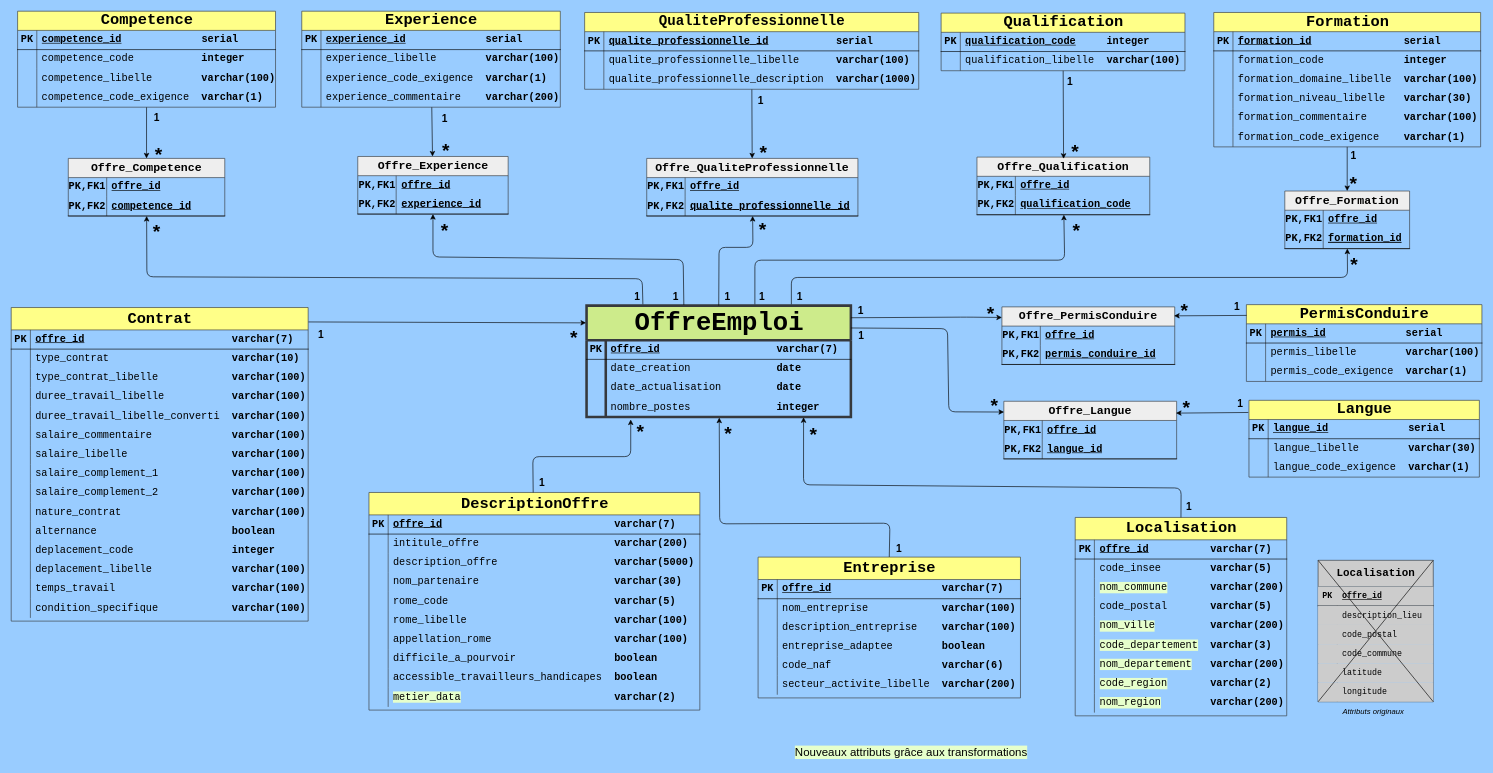
vimchun/Job-Market-in-France keeps this draw.io diagram as load_sql/UML.drawio. Above is the earlier version. Source tidied: cells renumbered, new cells numbered last; positions are measured from the earlier drawing's top-left corner, leaving out a move shared by most shapes. Both pictures are drawn from the tidied source at 64%, with x=0, y=0 at pixel (11, 11).
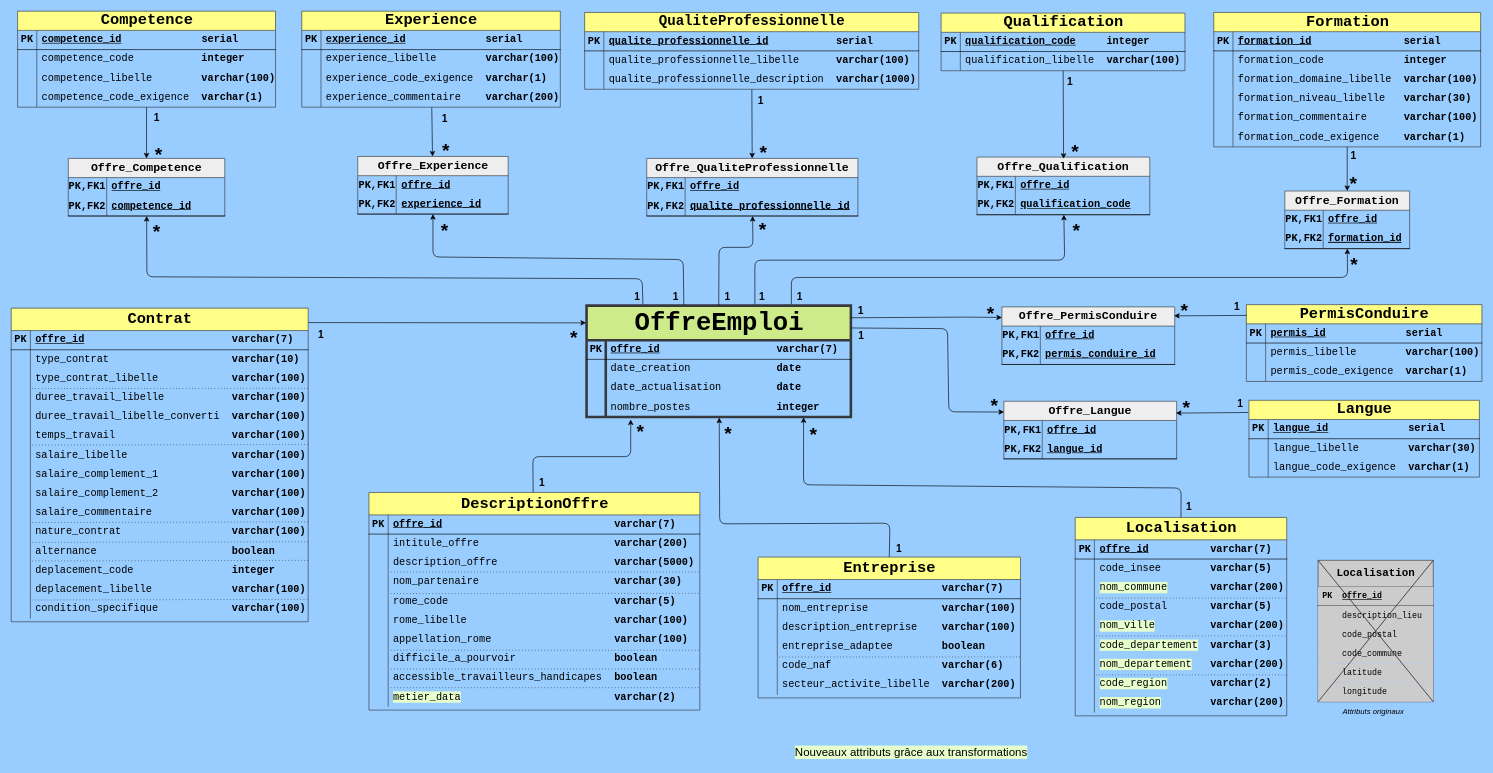
The same page after the edit.

The change refers to these unchanged cells:
```xml
<mxCell id="22" style="shape=tableRow;horizontal=0;startSize=0;swimlaneHead=0;swimlaneBody=0;fillColor=none;points=[[0,0.5],[1,0.5]];portConstraint=eastwest;top=0;left=0;right=0;bottom=0;rounded=0;fontFamily=Courier New;fontSize=16;strokeColor=#000000;" parent="15" vertex="1">
  <mxGeometry y="95" width="464" height="30" as="geometry" />
</mxCell>
<mxCell id="25" style="shape=tableRow;horizontal=0;startSize=0;swimlaneHead=0;swimlaneBody=0;fillColor=none;points=[[0,0.5],[1,0.5]];portConstraint=eastwest;top=0;left=0;right=0;bottom=0;rounded=0;fontFamily=Courier New;fontSize=16;strokeColor=#000000;" parent="15" vertex="1">
  <mxGeometry y="125" width="464" height="30" as="geometry" />
</mxCell>
```

Change to the diagram source:
```diff
@@
     <mxCell id="15" value="&lt;span style=&quot;font-size: 24px;&quot;&gt;Contrat&lt;/span&gt;" style="shape=table;startSize=35;childLayout=tableLayout;rowLines=0;fontStyle=1;align=center;html=1;fillColor=#ffff88;strokeColor=#36393d;rounded=0;fontFamily=Courier New;fontSize=16;" parent="1" vertex="1">
-      <mxGeometry y="463" width="464" height="490" as="geometry" />
+      <mxGeometry y="464" width="464" height="490" as="geometry" />
     </mxCell>
@@
-    <mxCell id="31" style="shape=tableRow;horizontal=0;startSize=0;swimlaneHead=0;swimlaneBody=0;fillColor=none;top=0;left=0;right=0;bottom=0;rounded=0;fontFamily=Courier New;fontSize=16;strokeColor=#000000;" parent="15" vertex="1">
-      <mxGeometry y="185" width="464" height="30" as="geometry" />
-    </mxCell>
-    <mxCell id="32" style="shape=partialRectangle;fillColor=none;top=0;left=0;bottom=0;right=0;overflow=hidden;whiteSpace=wrap;html=1;rounded=0;fontFamily=Courier New;fontSize=16;strokeColor=#000000;" parent="31" vertex="1">
-      <mxGeometry width="30" height="30" as="geometry" />
-    </mxCell>
-    <mxCell id="33" value="salaire_commentaire&amp;nbsp; &amp;nbsp; &amp;nbsp; &amp;nbsp; &amp;nbsp; &amp;nbsp; &amp;nbsp;&lt;b&gt;varchar(&lt;/b&gt;&lt;b&gt;100)&lt;/b&gt;" style="shape=partialRectangle;fillColor=none;top=0;left=0;bottom=0;right=0;align=left;spacingLeft=6;overflow=hidden;whiteSpace=wrap;html=1;rounded=0;fontFamily=Courier New;fontSize=16;strokeColor=#000000;" parent="31" vertex="1">
-      <mxGeometry x="30" width="434" height="30" as="geometry" />
-    </mxCell>
+    <mxCell id="55" style="shape=tableRow;horizontal=0;startSize=0;swimlaneHead=0;swimlaneBody=0;fillColor=none;top=0;left=0;right=0;bottom=0;rounded=0;fontFamily=Courier New;fontSize=16;strokeColor=#000000;" parent="15" vertex="1">
+      <mxGeometry y="185" width="464" height="30" as="geometry" />
+    </mxCell>
+    <mxCell id="56" style="shape=partialRectangle;fillColor=none;top=0;left=0;bottom=0;right=0;overflow=hidden;whiteSpace=wrap;html=1;rounded=0;fontFamily=Courier New;fontSize=16;strokeColor=#000000;" parent="55" vertex="1">
+      <mxGeometry width="30" height="30" as="geometry" />
+    </mxCell>
+    <mxCell id="57" value="temps_travail&amp;nbsp; &amp;nbsp; &amp;nbsp; &amp;nbsp; &amp;nbsp; &amp;nbsp; &amp;nbsp; &amp;nbsp; &amp;nbsp;&lt;span style=&quot;color: light-dark(rgb(0, 0, 0), rgb(255, 255, 255)); background-color: transparent;&quot;&gt;&amp;nbsp; &lt;/span&gt;&lt;b style=&quot;color: light-dark(rgb(0, 0, 0), rgb(255, 255, 255)); background-color: transparent;&quot;&gt;varchar(&lt;/b&gt;&lt;b&gt;100)&lt;/b&gt;" style="shape=partialRectangle;fillColor=none;top=0;left=0;bottom=0;right=0;align=left;spacingLeft=6;overflow=hidden;whiteSpace=wrap;html=1;rounded=0;fontFamily=Courier New;fontSize=16;strokeColor=#000000;" parent="55" vertex="1">
+      <mxGeometry x="30" width="434" height="30" as="geometry" />
+    </mxCell>
@@
+    <mxCell id="31" style="shape=tableRow;horizontal=0;startSize=0;swimlaneHead=0;swimlaneBody=0;fillColor=none;top=0;left=0;right=0;bottom=0;rounded=0;fontFamily=Courier New;fontSize=16;strokeColor=#000000;" parent="15" vertex="1">
+      <mxGeometry y="305" width="464" height="30" as="geometry" />
+    </mxCell>
+    <mxCell id="32" style="shape=partialRectangle;fillColor=none;top=0;left=0;bottom=0;right=0;overflow=hidden;whiteSpace=wrap;html=1;rounded=0;fontFamily=Courier New;fontSize=16;strokeColor=#000000;" parent="31" vertex="1">
+      <mxGeometry width="30" height="30" as="geometry" />
+    </mxCell>
+    <mxCell id="33" value="salaire_commentaire&amp;nbsp; &amp;nbsp; &amp;nbsp; &amp;nbsp; &amp;nbsp; &amp;nbsp; &amp;nbsp;&lt;b&gt;varchar(&lt;/b&gt;&lt;b&gt;100)&lt;/b&gt;" style="shape=partialRectangle;fillColor=none;top=0;left=0;bottom=0;right=0;align=left;spacingLeft=6;overflow=hidden;whiteSpace=wrap;html=1;rounded=0;fontFamily=Courier New;fontSize=16;strokeColor=#000000;" parent="31" vertex="1">
+      <mxGeometry x="30" width="434" height="30" as="geometry" />
+    </mxCell>
     <mxCell id="43" style="shape=tableRow;horizontal=0;startSize=0;swimlaneHead=0;swimlaneBody=0;fillColor=none;top=0;left=0;right=0;bottom=0;rounded=0;fontFamily=Courier New;fontSize=16;strokeColor=#000000;" parent="15" vertex="1">
-      <mxGeometry y="305" width="464" height="30" as="geometry" />
+      <mxGeometry y="335" width="464" height="30" as="geometry" />
     </mxCell>
@@
     <mxCell id="46" style="shape=tableRow;horizontal=0;startSize=0;swimlaneHead=0;swimlaneBody=0;fillColor=none;top=0;left=0;right=0;bottom=0;rounded=0;fontFamily=Courier New;fontSize=16;strokeColor=#000000;" parent="15" vertex="1">
-      <mxGeometry y="335" width="464" height="30" as="geometry" />
+      <mxGeometry y="365" width="464" height="30" as="geometry" />
     </mxCell>
@@
     <mxCell id="49" style="shape=tableRow;horizontal=0;startSize=0;swimlaneHead=0;swimlaneBody=0;fillColor=none;top=0;left=0;right=0;bottom=0;rounded=0;fontFamily=Courier New;fontSize=16;strokeColor=#000000;" parent="15" vertex="1">
-      <mxGeometry y="365" width="464" height="30" as="geometry" />
+      <mxGeometry y="395" width="464" height="30" as="geometry" />
     </mxCell>
@@
     <mxCell id="52" style="shape=tableRow;horizontal=0;startSize=0;swimlaneHead=0;swimlaneBody=0;fillColor=none;top=0;left=0;right=0;bottom=0;rounded=0;fontFamily=Courier New;fontSize=16;strokeColor=#000000;" parent="15" vertex="1">
-      <mxGeometry y="395" width="464" height="30" as="geometry" />
+      <mxGeometry y="425" width="464" height="30" as="geometry" />
     </mxCell>
@@
-    <mxCell id="55" style="shape=tableRow;horizontal=0;startSize=0;swimlaneHead=0;swimlaneBody=0;fillColor=none;top=0;left=0;right=0;bottom=0;rounded=0;fontFamily=Courier New;fontSize=16;strokeColor=#000000;" parent="15" vertex="1">
-      <mxGeometry y="425" width="464" height="30" as="geometry" />
-    </mxCell>
-    <mxCell id="56" style="shape=partialRectangle;fillColor=none;top=0;left=0;bottom=0;right=0;overflow=hidden;whiteSpace=wrap;html=1;rounded=0;fontFamily=Courier New;fontSize=16;strokeColor=#000000;" parent="55" vertex="1">
-      <mxGeometry width="30" height="30" as="geometry" />
-    </mxCell>
-    <mxCell id="57" value="temps_travail&amp;nbsp; &amp;nbsp; &amp;nbsp; &amp;nbsp; &amp;nbsp; &amp;nbsp; &amp;nbsp; &amp;nbsp; &amp;nbsp;&lt;span style=&quot;color: light-dark(rgb(0, 0, 0), rgb(255, 255, 255)); background-color: transparent;&quot;&gt;&amp;nbsp; &lt;/span&gt;&lt;b style=&quot;color: light-dark(rgb(0, 0, 0), rgb(255, 255, 255)); background-color: transparent;&quot;&gt;varchar(&lt;/b&gt;&lt;b&gt;100)&lt;/b&gt;" style="shape=partialRectangle;fillColor=none;top=0;left=0;bottom=0;right=0;align=left;spacingLeft=6;overflow=hidden;whiteSpace=wrap;html=1;rounded=0;fontFamily=Courier New;fontSize=16;strokeColor=#000000;" parent="55" vertex="1">
-      <mxGeometry x="30" width="434" height="30" as="geometry" />
-    </mxCell>
@@
+    <mxCell id="348" style="endArrow=none;html=1;rounded=0;entryX=0.065;entryY=0.02;entryDx=0;entryDy=0;entryPerimeter=0;exitX=0.999;exitY=1.007;exitDx=0;exitDy=0;exitPerimeter=0;dashed=1;dashPattern=1 4;" parent="15" edge="1" source="22" target="25">
+      <mxGeometry relative="1" as="geometry" />
+    </mxCell>
@@
+    <mxCell id="349" style="endArrow=none;html=1;rounded=0;entryX=0.065;entryY=0.02;entryDx=0;entryDy=0;entryPerimeter=0;exitX=0.999;exitY=1.007;exitDx=0;exitDy=0;exitPerimeter=0;dashed=1;dashPattern=1 4;" parent="1" edge="1">
+      <mxGeometry relative="1" as="geometry">
+        <mxPoint x="464" y="677" as="sourcePoint" />
+        <mxPoint x="30" y="678" as="targetPoint" />
+      </mxGeometry>
+    </mxCell>
+    <mxCell id="350" style="endArrow=none;html=1;rounded=0;entryX=0.065;entryY=0.02;entryDx=0;entryDy=0;entryPerimeter=0;exitX=0.999;exitY=1.007;exitDx=0;exitDy=0;exitPerimeter=0;dashed=1;dashPattern=1 4;" parent="1" edge="1">
+      <mxGeometry relative="1" as="geometry">
+        <mxPoint x="464" y="798" as="sourcePoint" />
+        <mxPoint x="30" y="799" as="targetPoint" />
+      </mxGeometry>
+    </mxCell>
+    <mxCell id="351" style="endArrow=none;html=1;rounded=0;entryX=0.065;entryY=0.02;entryDx=0;entryDy=0;entryPerimeter=0;exitX=0.999;exitY=1.007;exitDx=0;exitDy=0;exitPerimeter=0;dashed=1;dashPattern=1 4;" parent="1" edge="1">
+      <mxGeometry relative="1" as="geometry">
+        <mxPoint x="464" y="829" as="sourcePoint" />
+        <mxPoint x="30" y="830" as="targetPoint" />
+      </mxGeometry>
+    </mxCell>
+    <mxCell id="352" style="endArrow=none;html=1;rounded=0;entryX=0.065;entryY=0.02;entryDx=0;entryDy=0;entryPerimeter=0;exitX=0.999;exitY=1.007;exitDx=0;exitDy=0;exitPerimeter=0;dashed=1;dashPattern=1 4;" parent="1" edge="1">
+      <mxGeometry relative="1" as="geometry">
+        <mxPoint x="464" y="858" as="sourcePoint" />
+        <mxPoint x="30" y="859" as="targetPoint" />
+      </mxGeometry>
+    </mxCell>
+    <mxCell id="353" style="endArrow=none;html=1;rounded=0;entryX=0.065;entryY=0.02;entryDx=0;entryDy=0;entryPerimeter=0;exitX=0.999;exitY=1.007;exitDx=0;exitDy=0;exitPerimeter=0;dashed=1;dashPattern=1 4;" parent="1" edge="1">
+      <mxGeometry relative="1" as="geometry">
+        <mxPoint x="463" y="919" as="sourcePoint" />
+        <mxPoint x="29" y="920" as="targetPoint" />
+      </mxGeometry>
+    </mxCell>
+    <mxCell id="354" style="endArrow=none;html=1;rounded=0;entryX=0.065;entryY=0.02;entryDx=0;entryDy=0;entryPerimeter=0;exitX=0.998;exitY=0.087;exitDx=0;exitDy=0;exitPerimeter=0;dashed=1;dashPattern=1 4;" parent="1" edge="1">
+      <mxGeometry relative="1" as="geometry">
+        <mxPoint x="1074" y="909.6" as="sourcePoint" />
+        <mxPoint x="589" y="910" as="targetPoint" />
+      </mxGeometry>
+    </mxCell>
+    <mxCell id="355" style="endArrow=none;html=1;rounded=0;entryX=0.065;entryY=0.02;entryDx=0;entryDy=0;entryPerimeter=0;exitX=0.998;exitY=0.087;exitDx=0;exitDy=0;exitPerimeter=0;dashed=1;dashPattern=1 4;" parent="1" edge="1">
+      <mxGeometry relative="1" as="geometry">
+        <mxPoint x="1074" y="998.4" as="sourcePoint" />
+        <mxPoint x="589" y="998.4" as="targetPoint" />
+      </mxGeometry>
+    </mxCell>
+    <mxCell id="356" style="endArrow=none;html=1;rounded=0;entryX=0.065;entryY=0.02;entryDx=0;entryDy=0;entryPerimeter=0;exitX=0.998;exitY=0.087;exitDx=0;exitDy=0;exitPerimeter=0;dashed=1;dashPattern=1 4;" parent="1" edge="1">
+      <mxGeometry relative="1" as="geometry">
+        <mxPoint x="1074" y="1028" as="sourcePoint" />
+        <mxPoint x="589" y="1028" as="targetPoint" />
+      </mxGeometry>
+    </mxCell>
+    <mxCell id="357" style="endArrow=none;html=1;rounded=0;entryX=0.065;entryY=0.02;entryDx=0;entryDy=0;entryPerimeter=0;exitX=0.998;exitY=0.087;exitDx=0;exitDy=0;exitPerimeter=0;dashed=1;dashPattern=1 4;" parent="1" edge="1">
+      <mxGeometry relative="1" as="geometry">
+        <mxPoint x="1074" y="1057" as="sourcePoint" />
+        <mxPoint x="589" y="1057" as="targetPoint" />
+      </mxGeometry>
+    </mxCell>
+    <mxCell id="358" style="endArrow=none;html=1;rounded=0;entryX=0.065;entryY=0.02;entryDx=0;entryDy=0;entryPerimeter=0;exitX=0.998;exitY=0.087;exitDx=0;exitDy=0;exitPerimeter=0;dashed=1;dashPattern=1 4;" parent="1" edge="1">
+      <mxGeometry relative="1" as="geometry">
+        <mxPoint x="1074" y="876.4" as="sourcePoint" />
+        <mxPoint x="589" y="876.4" as="targetPoint" />
+      </mxGeometry>
+    </mxCell>
+    <mxCell id="359" style="endArrow=none;html=1;rounded=0;exitX=0.998;exitY=0.087;exitDx=0;exitDy=0;exitPerimeter=0;dashed=1;dashPattern=1 4;" parent="1" edge="1">
+      <mxGeometry relative="1" as="geometry">
+        <mxPoint x="1576" y="1009" as="sourcePoint" />
+        <mxPoint x="1196" y="1009" as="targetPoint" />
+      </mxGeometry>
+    </mxCell>
+    <mxCell id="360" style="endArrow=none;html=1;rounded=0;exitX=0.998;exitY=0.087;exitDx=0;exitDy=0;exitPerimeter=0;dashed=1;dashPattern=1 4;" parent="1" edge="1">
+      <mxGeometry relative="1" as="geometry">
+        <mxPoint x="1991" y="917" as="sourcePoint" />
+        <mxPoint x="1691" y="917" as="targetPoint" />
+      </mxGeometry>
+    </mxCell>
+    <mxCell id="361" style="endArrow=none;html=1;rounded=0;exitX=0.998;exitY=0.087;exitDx=0;exitDy=0;exitPerimeter=0;dashed=1;dashPattern=1 4;" parent="1" edge="1">
+      <mxGeometry relative="1" as="geometry">
+        <mxPoint x="1991" y="976" as="sourcePoint" />
+        <mxPoint x="1691" y="976" as="targetPoint" />
+      </mxGeometry>
+    </mxCell>
+    <mxCell id="362" style="endArrow=none;html=1;rounded=0;exitX=0.998;exitY=0.087;exitDx=0;exitDy=0;exitPerimeter=0;dashed=1;dashPattern=1 4;" parent="1" edge="1">
+      <mxGeometry relative="1" as="geometry">
+        <mxPoint x="1991" y="1037" as="sourcePoint" />
+        <mxPoint x="1691" y="1037" as="targetPoint" />
+      </mxGeometry>
+    </mxCell>
```
